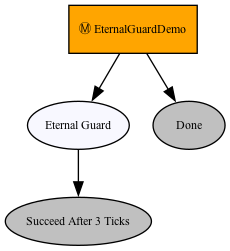
This is Decorators/render/eternal_guard_demo_tree.png from Leung-Kam-Ho/Pytree_Demo, a Graphviz export, as it was before one commit. Its source is kept beside it as Decorators/render/eternal_guard_demo_tree.dot.
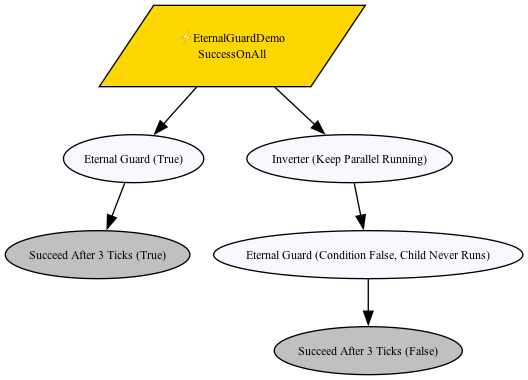
The same diagram one commit later.

Commit message:
refactor: update EternalGuard demo conditions and visualization

The edit, as a diff of the source:
```diff
@@ -3,11 +3,15 @@
 graph [fontname="times-roman"];
 node [fontname="times-roman"];
 edge [fontname="times-roman"];
-EternalGuardDemo [label="Ⓜ EternalGuardDemo", shape=box, style=filled, fillcolor=orange, fontsize=9, fontcolor=black];
-"Eternal Guard" [label="Eternal Guard", shape=ellipse, style=filled, fillcolor=ghostwhite, fontsize=9, fontcolor=black];
-EternalGuardDemo -> "Eternal Guard";
-"Succeed After 3 Ticks" [label="Succeed After 3 Ticks", shape=ellipse, style=filled, fillcolor=gray, fontsize=9, fontcolor=black];
-"Eternal Guard" -> "Succeed After 3 Ticks";
-Done [label=Done, shape=ellipse, style=filled, fillcolor=gray, fontsize=9, fontcolor=black];
-EternalGuardDemo -> Done;
+EternalGuardDemo [label="⚡ EternalGuardDemo\nSuccessOnAll", shape=parallelogram, style=filled, fillcolor=gold, fontsize=9, fontcolor=black];
+"Eternal Guard (True)" [label="Eternal Guard (True)", shape=ellipse, style=filled, fillcolor=ghostwhite, fontsize=9, fontcolor=black];
+EternalGuardDemo -> "Eternal Guard (True)";
+"Succeed After 3 Ticks (True)" [label="Succeed After 3 Ticks (True)", shape=ellipse, style=filled, fillcolor=gray, fontsize=9, fontcolor=black];
+"Eternal Guard (True)" -> "Succeed After 3 Ticks (True)";
+"Inverter (Keep Parallel Running)" [label="Inverter (Keep Parallel Running)", shape=ellipse, style=filled, fillcolor=ghostwhite, fontsize=9, fontcolor=black];
+EternalGuardDemo -> "Inverter (Keep Parallel Running)";
+"Eternal Guard (Condition False, Child Never Runs)" [label="Eternal Guard (Condition False, Child Never Runs)", shape=ellipse, style=filled, fillcolor=ghostwhite, fontsize=9, fontcolor=black];
+"Inverter (Keep Parallel Running)" -> "Eternal Guard (Condition False, Child Never Runs)";
+"Succeed After 3 Ticks (False)" [label="Succeed After 3 Ticks (False)", shape=ellipse, style=filled, fillcolor=gray, fontsize=9, fontcolor=black];
+"Eternal Guard (Condition False, Child Never Runs)" -> "Succeed After 3 Ticks (False)";
 }
```
